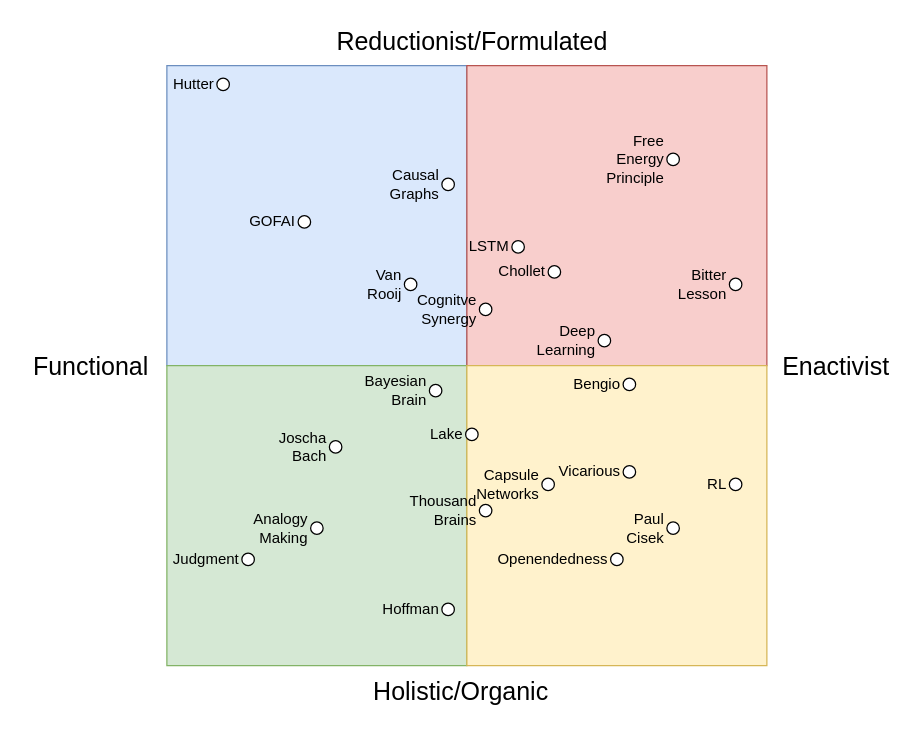
Before: agenda_tribe.drawio in codeaudit/1, a draw.io diagram. Source tidied: cells renumbered, new cells numbered last; positions are measured from the earlier drawing's top-left corner, leaving out a move shared by most shapes. Both pictures are drawn from the tidied source at 125%, with x=0, y=0 at pixel (21, 21).
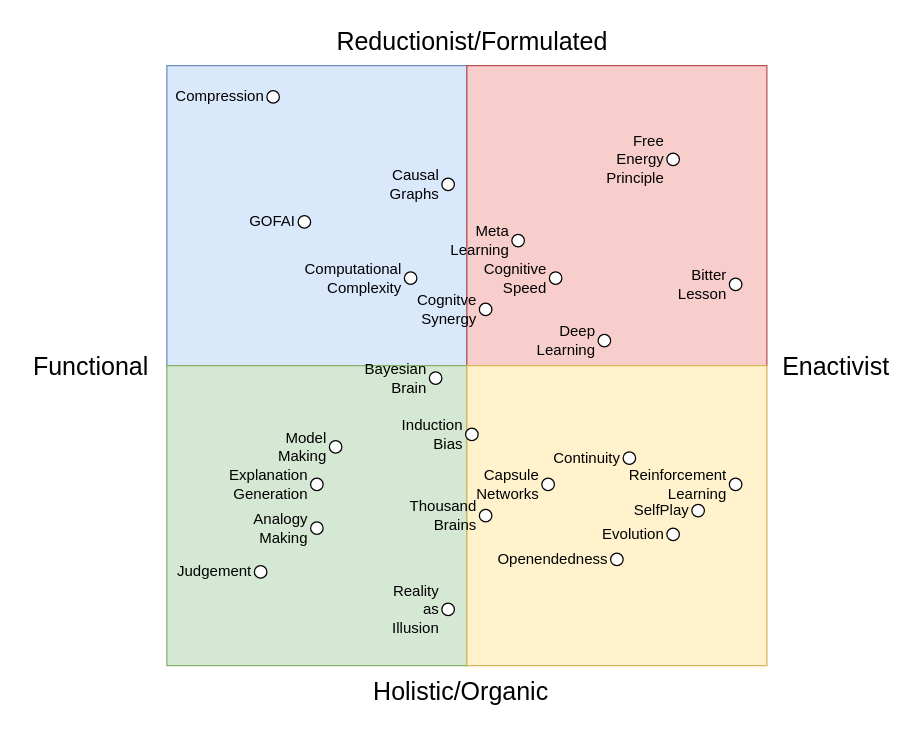
The same diagram, later.

The edit, as a diff of the source:
```diff
@@
-    <mxCell id="10" value="Joscha&lt;br&gt;Bach&lt;br&gt;" style="ellipse;whiteSpace=wrap;html=1;fontSize=12;labelPosition=left;verticalLabelPosition=middle;align=right;verticalAlign=middle;" parent="1" vertex="1">
+    <mxCell id="10" value="Model Making" style="ellipse;whiteSpace=wrap;html=1;fontSize=12;labelPosition=left;verticalLabelPosition=middle;align=right;verticalAlign=middle;" parent="1" vertex="1">
       <mxGeometry x="246" y="335" width="10" height="10" as="geometry" />
     </mxCell>
     <mxCell id="11" value="Thousand&lt;br&gt;Brains" style="ellipse;whiteSpace=wrap;html=1;fontSize=12;labelPosition=left;verticalLabelPosition=middle;align=right;verticalAlign=middle;" parent="1" vertex="1">
-      <mxGeometry x="366" y="386" width="10" height="10" as="geometry" />
+      <mxGeometry x="366" y="390" width="10" height="10" as="geometry" />
     </mxCell>
@@
-    <mxCell id="15" value="Bengio" style="ellipse;whiteSpace=wrap;html=1;fontSize=12;labelPosition=left;verticalLabelPosition=middle;align=right;verticalAlign=middle;" parent="1" vertex="1">
-      <mxGeometry x="481" y="285" width="10" height="10" as="geometry" />
-    </mxCell>
-    <mxCell id="16" value="LSTM" style="ellipse;whiteSpace=wrap;html=1;fontSize=12;labelPosition=left;verticalLabelPosition=middle;align=right;verticalAlign=middle;" parent="1" vertex="1">
-      <mxGeometry x="392" y="175" width="10" height="10" as="geometry" />
+    <mxCell id="16" value="Meta Learning" style="ellipse;whiteSpace=wrap;html=1;fontSize=12;labelPosition=left;verticalLabelPosition=middle;align=right;verticalAlign=middle;" parent="1" vertex="1">
+      <mxGeometry x="392" y="170" width="10" height="10" as="geometry" />
     </mxCell>
@@
-    <mxCell id="19" value="Hoffman" style="ellipse;whiteSpace=wrap;html=1;fontSize=12;labelPosition=left;verticalLabelPosition=middle;align=right;verticalAlign=middle;" parent="1" vertex="1">
+    <mxCell id="19" value="Reality as Illusion" style="ellipse;whiteSpace=wrap;html=1;fontSize=12;labelPosition=left;verticalLabelPosition=middle;align=right;verticalAlign=middle;" parent="1" vertex="1">
       <mxGeometry x="336" y="465" width="10" height="10" as="geometry" />
     </mxCell>
-    <mxCell id="20" value="Hutter" style="ellipse;whiteSpace=wrap;html=1;fontSize=12;labelPosition=left;verticalLabelPosition=middle;align=right;verticalAlign=middle;" parent="1" vertex="1">
-      <mxGeometry x="156" y="45" width="10" height="10" as="geometry" />
+    <mxCell id="20" value="Compression" style="ellipse;whiteSpace=wrap;html=1;fontSize=12;labelPosition=left;verticalLabelPosition=middle;align=right;verticalAlign=middle;" parent="1" vertex="1">
+      <mxGeometry x="196" y="55" width="10" height="10" as="geometry" />
     </mxCell>
@@
-    <mxCell id="24" value="RL" style="ellipse;whiteSpace=wrap;html=1;fontSize=12;labelPosition=left;verticalLabelPosition=middle;align=right;verticalAlign=middle;" parent="1" vertex="1">
+    <mxCell id="24" value="Reinforcement Learning" style="ellipse;whiteSpace=wrap;html=1;fontSize=12;labelPosition=left;verticalLabelPosition=middle;align=right;verticalAlign=middle;" parent="1" vertex="1">
       <mxGeometry x="566" y="365" width="10" height="10" as="geometry" />
     </mxCell>
-    <mxCell id="25" value="Lake" style="ellipse;whiteSpace=wrap;html=1;fontSize=12;labelPosition=left;verticalLabelPosition=middle;align=right;verticalAlign=middle;" parent="1" vertex="1">
+    <mxCell id="25" value="Induction Bias" style="ellipse;whiteSpace=wrap;html=1;fontSize=12;labelPosition=left;verticalLabelPosition=middle;align=right;verticalAlign=middle;" parent="1" vertex="1">
       <mxGeometry x="355" y="325" width="10" height="10" as="geometry" />
     </mxCell>
-    <mxCell id="26" value="Judgment" style="ellipse;whiteSpace=wrap;html=1;fontSize=12;labelPosition=left;verticalLabelPosition=middle;align=right;verticalAlign=middle;" parent="1" vertex="1">
-      <mxGeometry x="176" y="425" width="10" height="10" as="geometry" />
+    <mxCell id="26" value="Judgement" style="ellipse;whiteSpace=wrap;html=1;fontSize=12;labelPosition=left;verticalLabelPosition=middle;align=right;verticalAlign=middle;" parent="1" vertex="1">
+      <mxGeometry x="186" y="435" width="10" height="10" as="geometry" />
     </mxCell>
     <mxCell id="27" value="Bayesian&lt;br&gt;Brain" style="ellipse;whiteSpace=wrap;html=1;fontSize=12;labelPosition=left;verticalLabelPosition=middle;align=right;verticalAlign=middle;" parent="1" vertex="1">
-      <mxGeometry x="326" y="290" width="10" height="10" as="geometry" />
+      <mxGeometry x="326" y="280" width="10" height="10" as="geometry" />
     </mxCell>
-    <mxCell id="28" value="Chollet" style="ellipse;whiteSpace=wrap;html=1;fontSize=12;labelPosition=left;verticalLabelPosition=middle;align=right;verticalAlign=middle;" parent="1" vertex="1">
-      <mxGeometry x="421" y="195" width="10" height="10" as="geometry" />
+    <mxCell id="28" value="Cognitive Speed" style="ellipse;whiteSpace=wrap;html=1;fontSize=12;labelPosition=left;verticalLabelPosition=middle;align=right;verticalAlign=middle;" parent="1" vertex="1">
+      <mxGeometry x="422" y="200" width="10" height="10" as="geometry" />
     </mxCell>
-    <mxCell id="29" value="Vicarious" style="ellipse;whiteSpace=wrap;html=1;fontSize=12;labelPosition=left;verticalLabelPosition=middle;align=right;verticalAlign=middle;" parent="1" vertex="1">
-      <mxGeometry x="481" y="355" width="10" height="10" as="geometry" />
+    <mxCell id="29" value="Continuity" style="ellipse;whiteSpace=wrap;html=1;fontSize=12;labelPosition=left;verticalLabelPosition=middle;align=right;verticalAlign=middle;" parent="1" vertex="1">
+      <mxGeometry x="481" y="344" width="10" height="10" as="geometry" />
     </mxCell>
-    <mxCell id="30" value="Paul&lt;br&gt;Cisek" style="ellipse;whiteSpace=wrap;html=1;fontSize=12;labelPosition=left;verticalLabelPosition=middle;align=right;verticalAlign=middle;" parent="1" vertex="1">
-      <mxGeometry x="516" y="400" width="10" height="10" as="geometry" />
+    <mxCell id="30" value="Evolution" style="ellipse;whiteSpace=wrap;html=1;fontSize=12;labelPosition=left;verticalLabelPosition=middle;align=right;verticalAlign=middle;" parent="1" vertex="1">
+      <mxGeometry x="516" y="405" width="10" height="10" as="geometry" />
     </mxCell>
@@
-    <mxCell id="32" value="Van Rooij" style="ellipse;whiteSpace=wrap;html=1;fontSize=12;labelPosition=left;verticalLabelPosition=middle;align=right;verticalAlign=middle;" parent="1" vertex="1">
-      <mxGeometry x="306" y="205" width="10" height="10" as="geometry" />
+    <mxCell id="32" value="Computational Complexity" style="ellipse;whiteSpace=wrap;html=1;fontSize=12;labelPosition=left;verticalLabelPosition=middle;align=right;verticalAlign=middle;" parent="1" vertex="1">
+      <mxGeometry x="306" y="200" width="10" height="10" as="geometry" />
     </mxCell>
+    <mxCell id="33" value="Explanation&lt;br&gt;Generation" style="ellipse;whiteSpace=wrap;html=1;fontSize=12;labelPosition=left;verticalLabelPosition=middle;align=right;verticalAlign=middle;" parent="1" vertex="1">
+      <mxGeometry x="231" y="365" width="10" height="10" as="geometry" />
+    </mxCell>
+    <mxCell id="34" value="SelfPlay" style="ellipse;whiteSpace=wrap;html=1;fontSize=12;labelPosition=left;verticalLabelPosition=middle;align=right;verticalAlign=middle;" parent="1" vertex="1">
+      <mxGeometry x="536" y="386" width="10" height="10" as="geometry" />
+    </mxCell>
```
